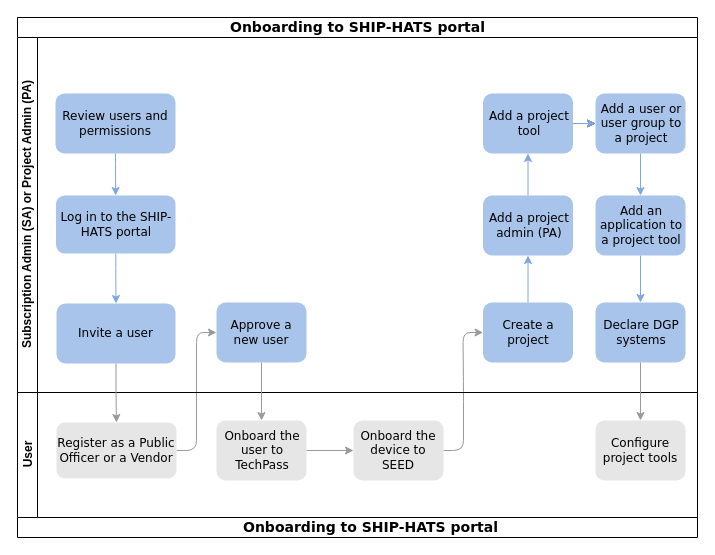
Before: portal-guide/images/onboarding-ship-hats-portal.drawio in lixinW/ship-hats-docs, a draw.io diagram. Source tidied: cells renumbered, new cells numbered last; positions are measured from the earlier drawing's top-left corner, leaving out a move shared by most shapes. Both pictures are drawn from the tidied source at 100%, with x=0, y=0 at pixel (17, 17).
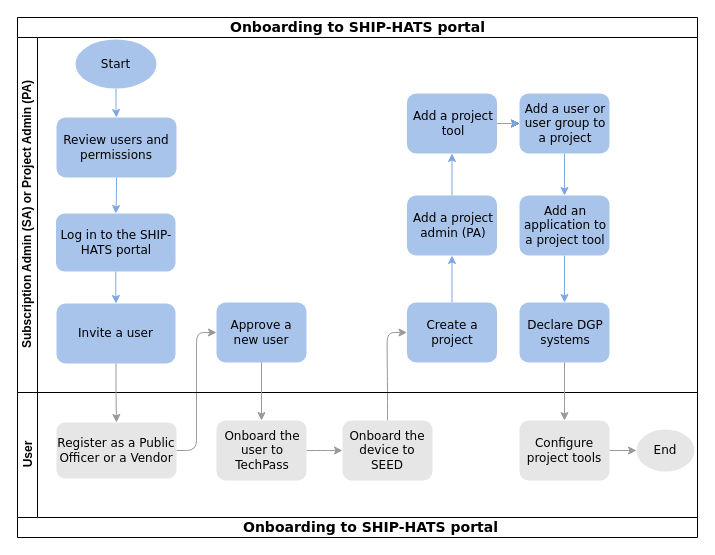
The same page after the edit.

Commit message (it also covers changes not shown here):
adding start/end

Unchanged cells that the change refers to:
```xml
<mxCell id="2" value="&lt;font style=&quot;font-size: 14px;&quot;&gt;Onboarding to SHIP-HATS portal&lt;/font&gt;" style="swimlane;html=1;horizontal=1;startSize=20;rounded=0;shadow=0;labelBackgroundColor=none;strokeWidth=1;fontFamily=Verdana;fontSize=8;align=center;strokeColor=#000000;" parent="1" vertex="1">
  <mxGeometry width="680" height="520" as="geometry" />
</mxCell>
<mxCell id="5" value="Subscription Admin (SA) or Project Admin (PA)" style="swimlane;html=1;startSize=20;horizontal=0;strokeColor=#000000;" parent="2" vertex="1">
  <mxGeometry y="20" width="680" height="355" as="geometry" />
</mxCell>
<mxCell id="24" value="User" style="swimlane;html=1;startSize=20;horizontal=0;strokeColor=#000000;" parent="2" vertex="1">
  <mxGeometry y="375" width="680" height="125" as="geometry" />
</mxCell>
```

What changed in the source:
```diff
@@
-    <mxCell id="4" style="edgeStyle=orthogonalEdgeStyle;rounded=1;jettySize=auto;html=1;entryX=0;entryY=0.5;entryDx=0;entryDy=0;fontFamily=Verdana;fontSize=8;exitX=1;exitY=0.5;exitDx=0;exitDy=0;strokeColor=#999999;fillColor=#B3B3B3;" parent="2" edge="1" source="28" target="11">
+    <mxCell id="4" style="edgeStyle=orthogonalEdgeStyle;rounded=1;jettySize=auto;html=1;entryX=0;entryY=0.5;entryDx=0;entryDy=0;fontFamily=Verdana;fontSize=8;exitX=0.5;exitY=0;exitDx=0;exitDy=0;strokeColor=#999999;fillColor=#B3B3B3;" parent="2" edge="1" source="28" target="11">
       <mxGeometry relative="1" as="geometry" />
     </mxCell>
@@
     <mxCell id="7" value="&lt;font style=&quot;font-size: 12px;&quot;&gt;Review users and permissions&lt;/font&gt;" style="rounded=1;whiteSpace=wrap;html=1;shadow=0;labelBackgroundColor=none;strokeWidth=1;fontFamily=Verdana;fontSize=8;align=center;fillColor=#A9C4EB;strokeColor=none;" parent="5" vertex="1">
-      <mxGeometry x="38" y="56" width="120" height="60" as="geometry" />
+      <mxGeometry x="39" y="80" width="120" height="60" as="geometry" />
     </mxCell>
@@
     <mxCell id="11" value="&lt;font style=&quot;font-size: 12px;&quot;&gt;Create a project&lt;/font&gt;" style="rounded=1;whiteSpace=wrap;html=1;fontFamily=Verdana;fontSize=8;fillColor=#A9C4EB;strokeColor=none;" parent="5" vertex="1">
-      <mxGeometry x="465.5" y="265" width="90" height="60" as="geometry" />
+      <mxGeometry x="389.5" y="265" width="90" height="60" as="geometry" />
     </mxCell>
@@
     <mxCell id="13" value="&lt;div style=&quot;text-align: center;&quot;&gt;&lt;span style=&quot;background-color: initial;&quot;&gt;&lt;font style=&quot;font-size: 12px;&quot;&gt;Add a project admin (PA)&lt;/font&gt;&lt;/span&gt;&lt;/div&gt;&lt;div style=&quot;&quot;&gt;&lt;/div&gt;" style="rounded=1;whiteSpace=wrap;html=1;fontFamily=Verdana;fontSize=8;align=left;fillColor=#A9C4EB;strokeColor=none;" parent="5" vertex="1">
-      <mxGeometry x="465.5" y="158" width="90" height="60" as="geometry" />
+      <mxGeometry x="389.5" y="158" width="90" height="60" as="geometry" />
     </mxCell>
@@
     <mxCell id="15" value="&lt;font style=&quot;font-size: 12px;&quot;&gt;Log in to the SHIP-HATS portal&lt;/font&gt;" style="rounded=1;whiteSpace=wrap;html=1;fontFamily=Verdana;fontSize=8;fillColor=#A9C4EB;strokeColor=none;" parent="5" vertex="1">
-      <mxGeometry x="38.5" y="158" width="119.5" height="58" as="geometry" />
+      <mxGeometry x="38.5" y="176" width="119.5" height="58" as="geometry" />
     </mxCell>
@@
     <mxCell id="17" value="&lt;div style=&quot;text-align: center;&quot;&gt;&lt;font style=&quot;font-size: 12px;&quot;&gt;Add an application to a project tool&lt;/font&gt;&lt;br&gt;&lt;/div&gt;&lt;div style=&quot;&quot;&gt;&lt;/div&gt;" style="rounded=1;whiteSpace=wrap;html=1;fontFamily=Verdana;fontSize=8;align=left;fillColor=#A9C4EB;strokeColor=none;" parent="5" vertex="1">
-      <mxGeometry x="578" y="158" width="90" height="60" as="geometry" />
+      <mxGeometry x="502" y="158" width="90" height="60" as="geometry" />
     </mxCell>
@@
     <mxCell id="19" value="&lt;div style=&quot;text-align: center;&quot;&gt;&lt;span style=&quot;background-color: initial;&quot;&gt;&lt;font style=&quot;font-size: 12px;&quot;&gt;Add a user or user group to a project&lt;/font&gt;&lt;/span&gt;&lt;/div&gt;&lt;div style=&quot;&quot;&gt;&lt;/div&gt;" style="rounded=1;whiteSpace=wrap;html=1;fontFamily=Verdana;fontSize=8;align=left;fillColor=#A9C4EB;strokeColor=none;" parent="5" vertex="1">
-      <mxGeometry x="578" y="56" width="90" height="60" as="geometry" />
+      <mxGeometry x="502" y="56" width="90" height="60" as="geometry" />
     </mxCell>
@@
     <mxCell id="22" value="&lt;div style=&quot;text-align: center;&quot;&gt;&lt;span style=&quot;background-color: initial;&quot;&gt;&lt;font style=&quot;font-size: 12px;&quot;&gt;Add a project tool&lt;/font&gt;&lt;/span&gt;&lt;/div&gt;&lt;div style=&quot;&quot;&gt;&lt;/div&gt;" style="rounded=1;whiteSpace=wrap;html=1;fontFamily=Verdana;fontSize=8;align=left;fillColor=#A9C4EB;strokeColor=none;" parent="5" vertex="1">
-      <mxGeometry x="465.5" y="56" width="90" height="60" as="geometry" />
+      <mxGeometry x="389.5" y="56" width="90" height="60" as="geometry" />
     </mxCell>
     <mxCell id="23" value="&lt;div style=&quot;text-align: center;&quot;&gt;&lt;font style=&quot;font-size: 12px;&quot;&gt;Declare DGP systems&lt;/font&gt;&lt;br&gt;&lt;/div&gt;&lt;div style=&quot;&quot;&gt;&lt;/div&gt;" style="rounded=1;whiteSpace=wrap;html=1;fontFamily=Verdana;fontSize=8;align=left;fillColor=#A9C4EB;strokeColor=none;" parent="5" vertex="1">
-      <mxGeometry x="578" y="265" width="90" height="60" as="geometry" />
+      <mxGeometry x="502" y="265" width="90" height="60" as="geometry" />
     </mxCell>
+    <mxCell id="34" style="edgeStyle=orthogonalEdgeStyle;rounded=1;jettySize=auto;html=1;fontFamily=Verdana;fontSize=12;strokeColor=#7EA6E0;" parent="5" edge="1" source="35" target="7">
+      <mxGeometry relative="1" as="geometry" />
+    </mxCell>
+    <mxCell id="35" value="&lt;font style=&quot;font-size: 12px;&quot; face=&quot;Verdana&quot;&gt;Start&lt;/font&gt;" style="ellipse;whiteSpace=wrap;html=1;fillColor=#A9C4EB;strokeColor=none;" parent="5" vertex="1">
+      <mxGeometry x="58" y="2" width="81" height="49" as="geometry" />
+    </mxCell>
@@
     <mxCell id="28" value="&lt;span style=&quot;&quot;&gt;&lt;font style=&quot;font-size: 12px;&quot;&gt;Onboard the device to SEED&lt;/font&gt;&lt;/span&gt;" style="rounded=1;whiteSpace=wrap;html=1;fontSize=8;fontFamily=Verdana;align=center;strokeColor=none;fillColor=#E6E6E6;" parent="24" vertex="1">
-      <mxGeometry x="336" y="28" width="90" height="60" as="geometry" />
+      <mxGeometry x="325" y="28" width="90" height="60" as="geometry" />
     </mxCell>
+    <mxCell id="36" style="edgeStyle=orthogonalEdgeStyle;rounded=1;jettySize=auto;html=1;fontFamily=Verdana;fontSize=12;strokeColor=#999999;" parent="24" edge="1" source="29" target="37">
+      <mxGeometry relative="1" as="geometry" />
+    </mxCell>
     <mxCell id="29" value="&lt;span style=&quot;&quot;&gt;&lt;font style=&quot;font-size: 12px;&quot;&gt;Configure project tools&lt;/font&gt;&lt;/span&gt;" style="rounded=1;whiteSpace=wrap;html=1;fontSize=8;fontFamily=Verdana;align=center;strokeColor=none;fillColor=#E6E6E6;" parent="24" vertex="1">
-      <mxGeometry x="578" y="28" width="90" height="60" as="geometry" />
+      <mxGeometry x="502" y="28" width="90" height="60" as="geometry" />
     </mxCell>
+    <mxCell id="37" value="&lt;font face=&quot;Verdana&quot;&gt;End&lt;/font&gt;" style="ellipse;whiteSpace=wrap;html=1;fillColor=#E6E6E6;strokeColor=none;" parent="24" vertex="1">
+      <mxGeometry x="619" y="37" width="58" height="42" as="geometry" />
+    </mxCell>
@@
-    <mxCell id="31" style="edgeStyle=orthogonalEdgeStyle;rounded=1;jettySize=auto;html=1;fontFamily=Verdana;fontSize=8;strokeColor=#999999;fillColor=#B3B3B3;" parent="2" edge="1" source="23" target="29">
+    <mxCell id="31" style="edgeStyle=orthogonalEdgeStyle;rounded=1;jettySize=auto;html=1;fontFamily=Verdana;fontSize=8;strokeColor=#999999;fillColor=#B3B3B3;exitX=0.5;exitY=1;exitDx=0;exitDy=0;" parent="2" edge="1" source="23" target="29">
       <mxGeometry relative="1" as="geometry" />
     </mxCell>
```
